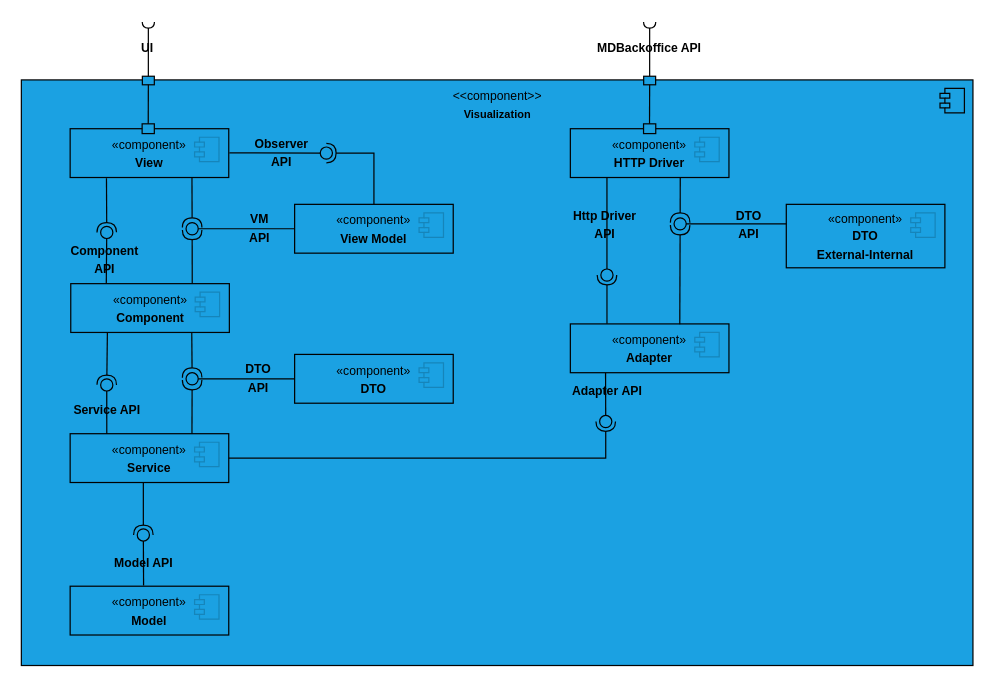
This is docs/sprint-3/team-decisions/views/logical-view/visualization_vl3.drawio from rita-barbosa/LAPR5-2425, a draw.io file, before an edit. Source tidied: cells renumbered, new cells numbered last; positions are measured from the earlier drawing's top-left corner, leaving out a move shared by most shapes. Both pictures are drawn from the tidied source at 122%, with x=0, y=0 at pixel (21, 18).
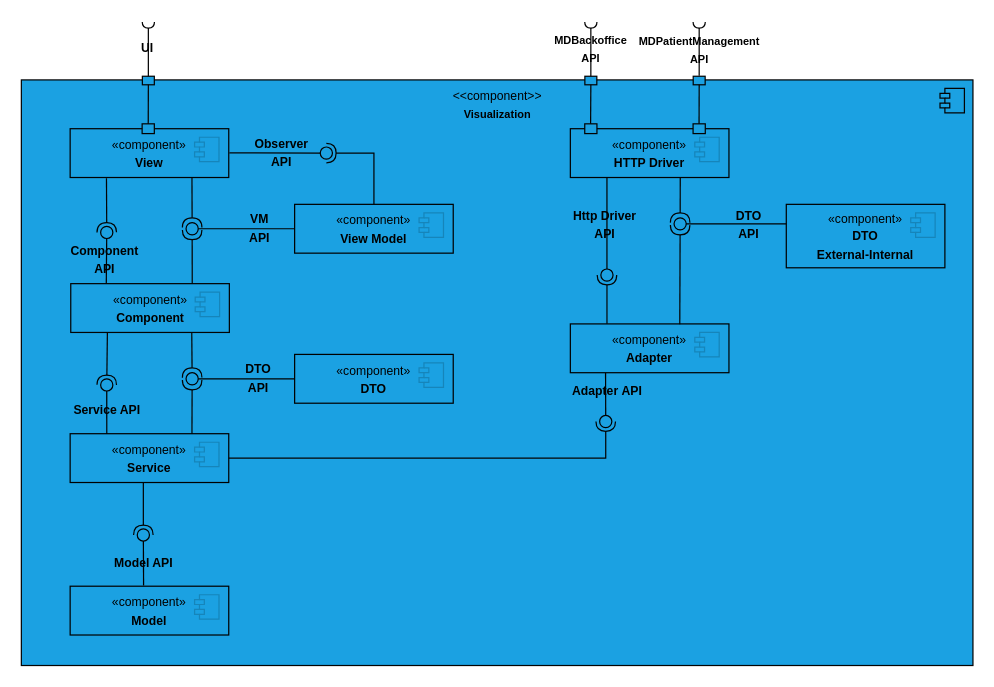
Above is the later version.

The edit, as a diff of the source:
```diff
@@
     <mxCell id="57" style="fontStyle=0;labelPosition=right;verticalLabelPosition=middle;align=left;verticalAlign=middle;spacingLeft=2;strokeColor=#030303;fillColor=#1BA1E2;" parent="1" vertex="1">
-      <mxGeometry x="510" y="86" width="10" height="8" as="geometry" />
+      <mxGeometry x="461.8" y="86" width="10" height="8" as="geometry" />
     </mxCell>
@@
     <mxCell id="63" style="html=1;rounded=0;rotation=-180;strokeColor=#030303;fillColor=#1BA1E2;" parent="1" vertex="1">
-      <mxGeometry x="510.1" y="47" width="9.8" height="7" as="geometry" />
+      <mxGeometry x="461.9" y="47" width="9.8" height="7" as="geometry" />
     </mxCell>
     <mxCell id="64" style="endArrow=none;html=1;rounded=0;align=center;verticalAlign=top;endFill=0;labelBackgroundColor=none;endSize=2;entryX=0.5;entryY=0;entryDx=0;entryDy=0;exitX=0.5;exitY=0;exitDx=0;exitDy=0;strokeColor=#030303;" parent="1" edge="1" target="63">
       <mxGeometry relative="1" as="geometry">
-        <mxPoint x="514.9" y="86" as="sourcePoint" />
+        <mxPoint x="466.6" y="86" as="sourcePoint" />
       </mxGeometry>
     </mxCell>
     <mxCell id="65" style="group;" parent="1" vertex="1">
-      <mxGeometry x="510" y="2.5" width="10" height="5" as="geometry" />
+      <mxGeometry x="461.8" y="2.5" width="10" height="5" as="geometry" />
     </mxCell>
@@
-    <mxCell id="71" value="&lt;font style=&quot;font-size: 10px;&quot;&gt;&lt;b&gt;MDBackoffice API&lt;/b&gt;&lt;/font&gt;" style="text;html=1;align=center;verticalAlign=middle;whiteSpace=wrap;rounded=0;" parent="1" vertex="1">
-      <mxGeometry x="468.2" y="8.5" width="93.5" height="30" as="geometry" />
+    <mxCell id="71" value="&lt;font style=&quot;&quot;&gt;&lt;b style=&quot;&quot;&gt;&lt;font style=&quot;font-size: 9px;&quot;&gt;MDBackoffice&lt;/font&gt;&lt;/b&gt;&lt;/font&gt;&lt;div&gt;&lt;font style=&quot;&quot;&gt;&lt;b style=&quot;&quot;&gt;&lt;font style=&quot;font-size: 9px;&quot;&gt;API&lt;/font&gt;&lt;/b&gt;&lt;/font&gt;&lt;/div&gt;" style="text;html=1;align=center;verticalAlign=middle;whiteSpace=wrap;rounded=0;" parent="1" vertex="1">
+      <mxGeometry x="420" y="8.5" width="93.5" height="30" as="geometry" />
     </mxCell>
@@
+    <mxCell id="80" style="fontStyle=0;labelPosition=right;verticalLabelPosition=middle;align=left;verticalAlign=middle;spacingLeft=2;strokeColor=#030303;fillColor=#1BA1E2;" parent="1" vertex="1">
+      <mxGeometry x="550.6" y="86" width="10" height="8" as="geometry" />
+    </mxCell>
+    <mxCell id="81" style="html=1;rounded=0;rotation=-180;strokeColor=#030303;fillColor=#1BA1E2;" parent="1" vertex="1">
+      <mxGeometry x="550.7" y="47" width="9.8" height="7" as="geometry" />
+    </mxCell>
+    <mxCell id="82" style="endArrow=none;html=1;rounded=0;align=center;verticalAlign=top;endFill=0;labelBackgroundColor=none;endSize=2;entryX=0.5;entryY=0;entryDx=0;entryDy=0;exitX=0.5;exitY=0;exitDx=0;exitDy=0;strokeColor=#030303;" parent="1" edge="1" target="81">
+      <mxGeometry relative="1" as="geometry">
+        <mxPoint x="555.5" y="86" as="sourcePoint" />
+      </mxGeometry>
+    </mxCell>
+    <mxCell id="83" style="group;" parent="1" vertex="1">
+      <mxGeometry x="550.6" y="2.5" width="10" height="5" as="geometry" />
+    </mxCell>
+    <mxCell id="84" style="shape=requiredInterface;html=1;fontSize=11;align=center;fillColor=none;verticalAlign=bottom;labelPosition=center;verticalLabelPosition=top;flipH=1;rotation=-90;strokeColor=#030303;" parent="83" vertex="1">
+      <mxGeometry x="2.5" y="-2.5" width="5" height="10" as="geometry" />
+    </mxCell>
+    <mxCell id="85" style="endArrow=none;html=1;rounded=0;align=center;verticalAlign=top;endFill=0;labelBackgroundColor=none;endSize=2;strokeColor=#030303;" parent="1" edge="1">
+      <mxGeometry relative="1" as="geometry">
+        <mxPoint x="555.6" y="46.5" as="sourcePoint" />
+        <mxPoint x="555.6" y="7.5" as="targetPoint" />
+      </mxGeometry>
+    </mxCell>
+    <mxCell id="86" value="&lt;font style=&quot;font-size: 9px;&quot;&gt;&lt;b style=&quot;&quot;&gt;MDPatientManagement&lt;/b&gt;&lt;/font&gt;&lt;div&gt;&lt;font style=&quot;font-size: 9px;&quot;&gt;&lt;b style=&quot;&quot;&gt;API&lt;/b&gt;&lt;/font&gt;&lt;/div&gt;" style="text;html=1;align=center;verticalAlign=middle;whiteSpace=wrap;rounded=0;" parent="1" vertex="1">
+      <mxGeometry x="508.9" y="9.5" width="93.5" height="30" as="geometry" />
+    </mxCell>
```
